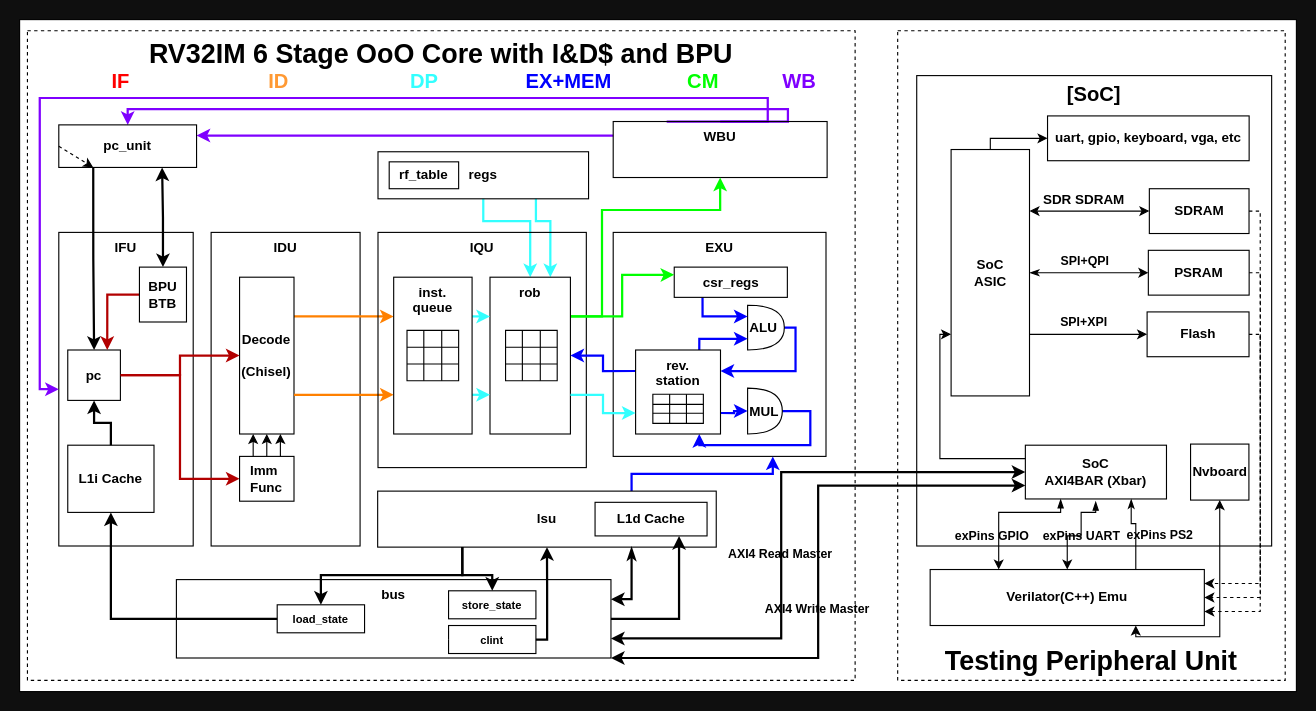
Kingfish404/raptor-chip keeps this draw.io diagram as docs/assets/npc-pipeline.drawio. Above is the earlier version. Source tidied: cells renumbered, new cells numbered last; positions are measured from the earlier drawing's top-left corner, leaving out a move shared by most shapes. Both pictures are drawn from the tidied source at 112%, with x=0, y=0 at pixel (19, 19).
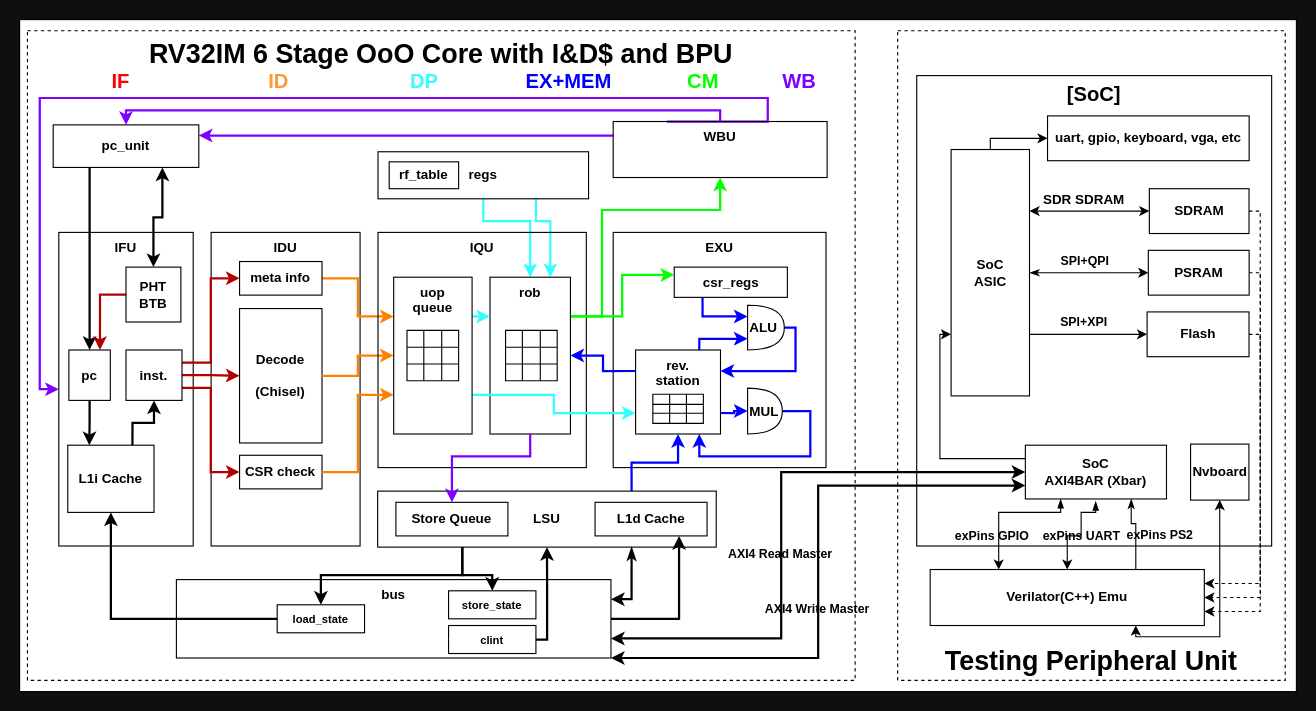
The same diagram, later.

Commit message (it also covers changes not shown here):
feat: store-to-load

The change refers to these unchanged cells:
```xml
<mxCell id="18" value="&lt;div style=&quot;&quot;&gt;MUL&lt;/div&gt;" style="shape=or;whiteSpace=wrap;html=1;rounded=0;strokeColor=default;gradientColor=none;align=left;fontStyle=1;fillColor=none;" parent="1" vertex="1">
  <mxGeometry x="650" y="329" width="31" height="41" as="geometry" />
</mxCell>
<mxCell id="63" value="&lt;span style=&quot;&quot;&gt;WBU&lt;/span&gt;" style="rounded=0;whiteSpace=wrap;html=1;gradientColor=none;arcSize=7;verticalAlign=top;fontStyle=1;fillColor=none;" parent="1" vertex="1">
  <mxGeometry x="530" y="91" width="191" height="50" as="geometry" />
</mxCell>
<mxCell id="81" value="L1i Cache" style="rounded=0;whiteSpace=wrap;html=1;gradientColor=none;strokeColor=default;fontStyle=1;fillColor=none;" parent="1" vertex="1">
  <mxGeometry x="43" y="380" width="77" height="60" as="geometry" />
</mxCell>
<mxCell id="85" value="rob" style="whiteSpace=wrap;html=1;verticalAlign=top;fontStyle=1;" parent="1" vertex="1">
  <mxGeometry x="420" y="230" width="71.8" height="140" as="geometry" />
</mxCell>
<mxCell id="92" value="rev.&lt;br&gt;station" style="whiteSpace=wrap;html=1;verticalAlign=top;fontStyle=1;" parent="1" vertex="1">
  <mxGeometry x="550" y="295" width="75.8" height="75" as="geometry" />
</mxCell>
```

Diff of the diagram source:
```diff
@@
-    <mxCell id="2" style="rounded=0;whiteSpace=wrap;html=1;" parent="1" vertex="1">
+    <mxCell id="2" style="rounded=0;whiteSpace=wrap;html=1;fillColor=default;" parent="1" vertex="1">
       <mxGeometry width="1140" height="600" as="geometry" />
     </mxCell>
@@
-    <mxCell id="5" value="&lt;span style=&quot;&quot;&gt;EXU&lt;/span&gt;" style="rounded=0;whiteSpace=wrap;html=1;gradientColor=none;arcSize=7;verticalAlign=top;fontStyle=1;fillColor=none;" parent="1" vertex="1">
-      <mxGeometry x="530" y="190" width="190" height="200" as="geometry" />
+    <mxCell id="5" value="&lt;span style=&quot;&quot;&gt;&lt;font style=&quot;color: light-dark(rgb(0, 0, 0), rgb(255, 255, 255));&quot;&gt;EXU&lt;/font&gt;&lt;/span&gt;" style="rounded=0;whiteSpace=wrap;html=1;gradientColor=none;arcSize=7;verticalAlign=top;fontStyle=1;fillColor=none;" parent="1" vertex="1">
+      <mxGeometry x="530" y="190" width="190" height="210" as="geometry" />
     </mxCell>
@@
-    <mxCell id="7" style="edgeStyle=orthogonalEdgeStyle;rounded=0;jumpSize=0;html=1;exitX=1;exitY=0.25;exitDx=0;exitDy=0;fontStyle=1;strokeWidth=2;fillColor=#fa6800;strokeColor=#FF8000;entryX=0;entryY=0.25;entryDx=0;entryDy=0;" parent="1" edge="1" source="8" target="88">
+    <mxCell id="7" style="edgeStyle=orthogonalEdgeStyle;rounded=0;jumpSize=0;html=1;exitX=1;exitY=0.5;exitDx=0;exitDy=0;fontStyle=1;strokeWidth=2;fillColor=#fa6800;strokeColor=#FF8000;entryX=0;entryY=0.25;entryDx=0;entryDy=0;" parent="1" edge="1" source="23" target="88">
       <mxGeometry relative="1" as="geometry" />
     </mxCell>
     <mxCell id="8" value="Decode&lt;br&gt;&lt;br&gt;(Chisel)" style="rounded=0;whiteSpace=wrap;html=1;gradientColor=none;strokeColor=default;fontStyle=1;fillColor=none;" parent="1" vertex="1">
-      <mxGeometry x="196.4" y="230" width="48.6" height="140" as="geometry" />
+      <mxGeometry x="196.4" y="258" width="73.6" height="120" as="geometry" />
     </mxCell>
-    <mxCell id="9" value="&lt;span&gt;IFU&lt;/span&gt;" style="rounded=0;whiteSpace=wrap;html=1;gradientColor=none;verticalAlign=top;fontStyle=1;fillColor=none;" parent="1" vertex="1">
+    <mxCell id="9" value="&lt;span&gt;&lt;font style=&quot;color: light-dark(rgb(0, 0, 0), rgb(255, 255, 255));&quot;&gt;IFU&lt;/font&gt;&lt;/span&gt;" style="rounded=0;whiteSpace=wrap;html=1;gradientColor=none;verticalAlign=top;fontStyle=1;fillColor=none;" parent="1" vertex="1">
       <mxGeometry x="35" y="190" width="120" height="280" as="geometry" />
     </mxCell>
-    <mxCell id="10" style="edgeStyle=orthogonalEdgeStyle;rounded=0;jumpSize=0;html=1;exitX=1;exitY=0.5;exitDx=0;exitDy=0;entryX=0;entryY=0.5;entryDx=0;entryDy=0;fontStyle=1;fillColor=#e51400;strokeColor=#B20000;strokeWidth=2;" parent="1" edge="1" source="11" target="23">
+    <mxCell id="10" style="edgeStyle=orthogonalEdgeStyle;rounded=0;jumpSize=0;html=1;exitX=1;exitY=0.25;exitDx=0;exitDy=0;entryX=0;entryY=0.5;entryDx=0;entryDy=0;fontStyle=1;fillColor=#e51400;strokeColor=#B20000;strokeWidth=2;" parent="1" edge="1" source="143" target="23">
       <mxGeometry relative="1" as="geometry" />
     </mxCell>
-    <mxCell id="11" value="pc" style="rounded=0;whiteSpace=wrap;html=1;gradientColor=none;strokeColor=default;fontStyle=1;fillColor=none;" parent="1" vertex="1">
-      <mxGeometry x="43" y="295" width="47" height="45" as="geometry" />
+    <mxCell id="11" value="pc" style="rounded=0;whiteSpace=wrap;html=1;gradientColor=none;strokeColor=light-dark(#000000,#FFFFFF);fontStyle=1;fillColor=none;" parent="1" vertex="1">
+      <mxGeometry x="44" y="295" width="37" height="45" as="geometry" />
     </mxCell>
-    <mxCell id="12" style="edgeStyle=orthogonalEdgeStyle;html=1;exitX=1;exitY=0.5;exitDx=0;exitDy=0;rounded=0;fontStyle=1;fillColor=#e51400;strokeColor=#B20000;strokeWidth=2;" parent="1" edge="1" source="11" target="8">
+    <mxCell id="12" style="edgeStyle=orthogonalEdgeStyle;html=1;exitX=1;exitY=0.5;exitDx=0;exitDy=0;rounded=0;fontStyle=1;fillColor=#e51400;strokeColor=#B20000;strokeWidth=2;" parent="1" edge="1" source="143" target="8">
       <mxGeometry relative="1" as="geometry" />
     </mxCell>
@@
     <mxCell id="17" style="edgeStyle=orthogonalEdgeStyle;rounded=0;html=1;exitX=1;exitY=0.5;exitDx=0;exitDy=0;exitPerimeter=0;entryX=0.75;entryY=1;entryDx=0;entryDy=0;strokeWidth=2;fillColor=#0050ef;strokeColor=#0000FF;" parent="1" edge="1" source="18" target="92">
       <mxGeometry relative="1" as="geometry">
         <Array as="points">
-          <mxPoint x="706" y="350" />
-          <mxPoint x="706" y="380" />
-          <mxPoint x="607" y="380" />
+          <mxPoint x="706" y="349" />
+          <mxPoint x="706" y="390" />
+          <mxPoint x="607" y="390" />
         </Array>
       </mxGeometry>
     </mxCell>
@@
-    <mxCell id="19" style="edgeStyle=orthogonalEdgeStyle;rounded=0;jumpStyle=none;html=1;exitX=1;exitY=0.75;exitDx=0;exitDy=0;fontStyle=1;entryX=0;entryY=0.75;entryDx=0;entryDy=0;fillColor=#fa6800;strokeColor=#FF8000;strokeWidth=2;" parent="1" edge="1" source="8" target="88">
+    <mxCell id="19" style="edgeStyle=orthogonalEdgeStyle;rounded=0;jumpStyle=none;html=1;exitX=1;exitY=0.5;exitDx=0;exitDy=0;fontStyle=1;entryX=0;entryY=0.5;entryDx=0;entryDy=0;fillColor=#fa6800;strokeColor=#FF8000;strokeWidth=2;" parent="1" edge="1" source="8" target="88">
       <mxGeometry relative="1" as="geometry" />
     </mxCell>
-    <mxCell id="20" style="edgeStyle=orthogonalEdgeStyle;rounded=0;jumpSize=0;html=1;exitX=0.5;exitY=0;exitDx=0;exitDy=0;entryX=0.5;entryY=1;entryDx=0;entryDy=0;fontStyle=1;" parent="1" edge="1" source="23" target="8">
-      <mxGeometry relative="1" as="geometry" />
-    </mxCell>
-    <mxCell id="21" style="edgeStyle=orthogonalEdgeStyle;rounded=0;jumpSize=0;html=1;exitX=0.25;exitY=0;exitDx=0;exitDy=0;entryX=0.25;entryY=1;entryDx=0;entryDy=0;fontStyle=1;" parent="1" edge="1" source="23" target="8">
-      <mxGeometry relative="1" as="geometry" />
-    </mxCell>
-    <mxCell id="22" style="edgeStyle=orthogonalEdgeStyle;rounded=0;jumpSize=0;html=1;exitX=0.75;exitY=0;exitDx=0;exitDy=0;entryX=0.75;entryY=1;entryDx=0;entryDy=0;fontStyle=1;" parent="1" edge="1" source="23" target="8">
-      <mxGeometry relative="1" as="geometry" />
-    </mxCell>
-    <mxCell id="23" value="&lt;div style=&quot;text-align: left;&quot;&gt;&lt;span style=&quot;background-color: initial;&quot;&gt;Imm&lt;/span&gt;&lt;/div&gt;&lt;div style=&quot;text-align: left;&quot;&gt;&lt;span style=&quot;background-color: initial;&quot;&gt;Func&lt;/span&gt;&lt;/div&gt;" style="rounded=0;whiteSpace=wrap;html=1;gradientColor=none;strokeColor=default;fontStyle=1;fillColor=none;" parent="1" vertex="1">
-      <mxGeometry x="196.4" y="390" width="48.6" height="40" as="geometry" />
+    <mxCell id="23" value="&lt;div style=&quot;text-align: left;&quot;&gt;meta info&lt;/div&gt;" style="rounded=0;whiteSpace=wrap;html=1;gradientColor=none;strokeColor=light-dark(#000000,#FFFFFF);fontStyle=1;fillColor=none;" parent="1" vertex="1">
+      <mxGeometry x="196.4" y="216" width="73.6" height="30" as="geometry" />
     </mxCell>
@@
-    <mxCell id="47" style="edgeStyle=orthogonalEdgeStyle;rounded=0;html=1;exitX=0.75;exitY=0;exitDx=0;exitDy=0;startArrow=none;startFill=0;endArrow=classic;endFill=1;fontStyle=1;entryX=0.75;entryY=1;entryDx=0;entryDy=0;fillColor=#e3c800;strokeColor=#0000FF;strokeWidth=2;" parent="1" edge="1" source="50" target="5">
+    <mxCell id="47" style="edgeStyle=orthogonalEdgeStyle;rounded=0;html=1;exitX=0.75;exitY=0;exitDx=0;exitDy=0;startArrow=none;startFill=0;endArrow=classic;endFill=1;fontStyle=1;entryX=0.5;entryY=1;entryDx=0;entryDy=0;fillColor=#e3c800;strokeColor=#0000FF;strokeWidth=2;" parent="1" edge="1" source="50" target="92">
       <mxGeometry relative="1" as="geometry" />
     </mxCell>
@@
-    <mxCell id="50" value="lsu" style="whiteSpace=wrap;html=1;fontStyle=1;fillColor=none;" parent="1" vertex="1">
+    <mxCell id="50" value="LSU" style="whiteSpace=wrap;html=1;fontStyle=1;fillColor=none;" parent="1" vertex="1">
       <mxGeometry x="319.7" y="421" width="302.3" height="50" as="geometry" />
     </mxCell>
@@
     <mxCell id="60" style="edgeStyle=orthogonalEdgeStyle;rounded=0;html=1;exitX=0.5;exitY=0;exitDx=0;exitDy=0;entryX=0.5;entryY=0;entryDx=0;entryDy=0;strokeColor=#7F00FF;fontStyle=1;fillColor=#008a00;strokeWidth=2;" parent="1" edge="1" source="63" target="68">
-      <mxGeometry relative="1" as="geometry">
-        <Array as="points">
-          <mxPoint x="686" y="80" />
-          <mxPoint x="97" y="80" />
-        </Array>
-      </mxGeometry>
+      <mxGeometry relative="1" as="geometry" />
     </mxCell>
@@
-    <mxCell id="67" style="edgeStyle=orthogonalEdgeStyle;rounded=0;jumpSize=0;html=1;exitX=0;exitY=0.5;exitDx=0;exitDy=0;entryX=0.25;entryY=1;entryDx=0;entryDy=0;dashed=1;fontStyle=1;" parent="1" edge="1" source="68" target="68">
-      <mxGeometry relative="1" as="geometry" />
-    </mxCell>
-    <mxCell id="68" value="pc_unit" style="rounded=0;whiteSpace=wrap;html=1;fontStyle=1;fillColor=none;" parent="1" vertex="1">
-      <mxGeometry x="35" y="94" width="123" height="38" as="geometry" />
-    </mxCell>
@@
-    <mxCell id="73" value="BPU&lt;br&gt;BTB" style="rounded=0;whiteSpace=wrap;html=1;fontStyle=1;fillColor=none;" parent="1" vertex="1">
-      <mxGeometry x="107" y="221" width="42" height="49" as="geometry" />
+    <mxCell id="73" value="&lt;span style=&quot;background-color: light-dark(#ffffff, var(--ge-dark-color, #121212));&quot;&gt;&lt;font style=&quot;color: light-dark(rgb(0, 0, 0), rgb(255, 255, 255));&quot;&gt;PHT&lt;/font&gt;&lt;/span&gt;&lt;div&gt;&lt;font style=&quot;color: light-dark(rgb(0, 0, 0), rgb(255, 255, 255));&quot;&gt;BTB&lt;/font&gt;&lt;/div&gt;" style="rounded=0;whiteSpace=wrap;html=1;fontStyle=1;fillColor=none;strokeColor=#000000;" parent="1" vertex="1">
+      <mxGeometry x="95" y="221" width="49" height="49" as="geometry" />
     </mxCell>
@@
-    <mxCell id="80" style="edgeStyle=orthogonalEdgeStyle;html=1;exitX=0.5;exitY=0;exitDx=0;exitDy=0;entryX=0.5;entryY=1;entryDx=0;entryDy=0;rounded=0;strokeWidth=2;" parent="1" edge="1" source="81" target="11">
+    <mxCell id="80" style="edgeStyle=orthogonalEdgeStyle;html=1;exitX=0.5;exitY=1;exitDx=0;exitDy=0;entryX=0.25;entryY=0;entryDx=0;entryDy=0;rounded=0;strokeWidth=2;" parent="1" edge="1" source="11" target="81">
       <mxGeometry relative="1" as="geometry" />
     </mxCell>
@@
-    <mxCell id="82" value="&lt;span style=&quot;&quot;&gt;IQU&lt;/span&gt;" style="rounded=0;whiteSpace=wrap;html=1;gradientColor=none;arcSize=7;verticalAlign=top;fontStyle=1;fillColor=none;" parent="1" vertex="1">
+    <mxCell id="82" value="&lt;span style=&quot;&quot;&gt;&lt;font style=&quot;color: light-dark(rgb(0, 0, 0), rgb(255, 255, 255));&quot;&gt;IQU&lt;/font&gt;&lt;/span&gt;" style="rounded=0;whiteSpace=wrap;html=1;gradientColor=none;arcSize=7;verticalAlign=top;fontStyle=1;fillColor=none;" parent="1" vertex="1">
       <mxGeometry x="320" y="190" width="186" height="210" as="geometry" />
     </mxCell>
@@
-    <mxCell id="87" style="edgeStyle=orthogonalEdgeStyle;rounded=0;html=1;exitX=1;exitY=0.75;exitDx=0;exitDy=0;entryX=0;entryY=0.75;entryDx=0;entryDy=0;strokeWidth=2;fillColor=#60a917;strokeColor=#33FFFF;" parent="1" edge="1" source="88" target="85">
+    <mxCell id="87" style="edgeStyle=orthogonalEdgeStyle;rounded=0;html=1;exitX=1;exitY=0.75;exitDx=0;exitDy=0;entryX=0;entryY=0.75;entryDx=0;entryDy=0;strokeWidth=2;fillColor=#60a917;strokeColor=#33FFFF;" parent="1" edge="1" source="88" target="92">
       <mxGeometry relative="1" as="geometry" />
     </mxCell>
-    <mxCell id="88" value="inst.&lt;br&gt;queue" style="whiteSpace=wrap;html=1;verticalAlign=top;fontStyle=1;" parent="1" vertex="1">
+    <mxCell id="88" value="uop&lt;br&gt;queue" style="whiteSpace=wrap;html=1;verticalAlign=top;fontStyle=1;" parent="1" vertex="1">
       <mxGeometry x="334" y="230" width="70" height="140" as="geometry" />
     </mxCell>
@@
-    <mxCell id="93" style="edgeStyle=orthogonalEdgeStyle;rounded=0;html=1;exitX=1;exitY=0.75;exitDx=0;exitDy=0;entryX=0;entryY=0.75;entryDx=0;entryDy=0;fontStyle=0;strokeWidth=2;fillColor=#60a917;strokeColor=#33FFFF;" parent="1" edge="1" source="85" target="92">
-      <mxGeometry relative="1" as="geometry" />
-    </mxCell>
@@
+    <mxCell id="138" value="Store Queue" style="whiteSpace=wrap;html=1;fontStyle=1;fillColor=none;" parent="1" vertex="1">
+      <mxGeometry x="336" y="431" width="100" height="30" as="geometry" />
+    </mxCell>
+    <mxCell id="139" style="edgeStyle=orthogonalEdgeStyle;rounded=0;html=1;exitX=0.5;exitY=1;exitDx=0;exitDy=0;entryX=0.5;entryY=0;entryDx=0;entryDy=0;strokeColor=#7F00FF;fontStyle=1;fillColor=#008a00;strokeWidth=2;" parent="1" edge="1" source="85" target="138">
+      <mxGeometry relative="1" as="geometry">
+        <Array as="points">
+          <mxPoint x="456" y="390" />
+          <mxPoint x="386" y="390" />
+        </Array>
+      </mxGeometry>
+    </mxCell>
+    <mxCell id="140" value="&lt;div style=&quot;text-align: left;&quot;&gt;CSR check&lt;/div&gt;" style="rounded=0;whiteSpace=wrap;html=1;gradientColor=none;strokeColor=default;fontStyle=1;fillColor=none;" parent="1" vertex="1">
+      <mxGeometry x="196.4" y="389" width="73.6" height="30" as="geometry" />
+    </mxCell>
+    <mxCell id="141" style="edgeStyle=orthogonalEdgeStyle;rounded=0;jumpSize=0;html=1;exitX=1;exitY=0.75;exitDx=0;exitDy=0;entryX=0;entryY=0.5;entryDx=0;entryDy=0;fontStyle=1;fillColor=#e51400;strokeColor=#B20000;strokeWidth=2;" parent="1" edge="1" source="143" target="140">
+      <mxGeometry relative="1" as="geometry" />
+    </mxCell>
+    <mxCell id="142" style="edgeStyle=orthogonalEdgeStyle;rounded=0;jumpStyle=none;html=1;exitX=1;exitY=0.5;exitDx=0;exitDy=0;fontStyle=1;fillColor=#fa6800;strokeColor=#FF8000;strokeWidth=2;entryX=0;entryY=0.75;entryDx=0;entryDy=0;" parent="1" edge="1" source="140" target="88">
+      <mxGeometry relative="1" as="geometry" />
+    </mxCell>
+    <mxCell id="143" value="inst." style="rounded=0;whiteSpace=wrap;html=1;gradientColor=none;strokeColor=default;fontStyle=1;fillColor=none;" parent="1" vertex="1">
+      <mxGeometry x="95" y="295" width="50" height="45" as="geometry" />
+    </mxCell>
+    <mxCell id="144" style="edgeStyle=orthogonalEdgeStyle;html=1;exitX=0.75;exitY=0;exitDx=0;exitDy=0;entryX=0.5;entryY=1;entryDx=0;entryDy=0;rounded=0;strokeWidth=2;" parent="1" edge="1" source="81" target="143">
+      <mxGeometry relative="1" as="geometry" />
+    </mxCell>
+    <mxCell id="68" value="pc_unit" style="rounded=0;whiteSpace=wrap;html=1;fontStyle=1;fillColor=none;" parent="1" vertex="1">
+      <mxGeometry x="30" y="94" width="130" height="38" as="geometry" />
+    </mxCell>
```
